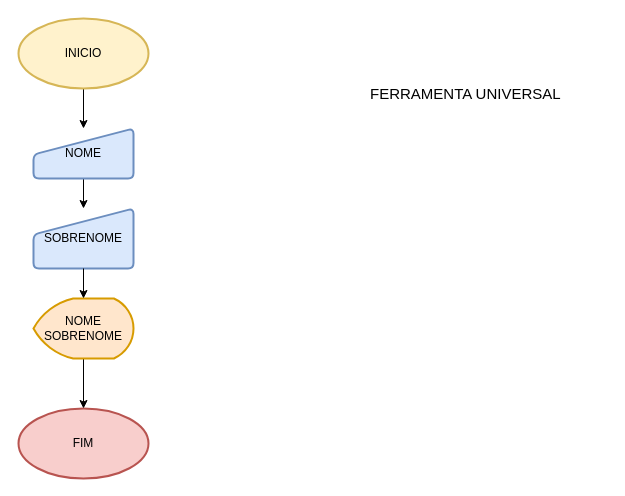
This is Fluxo_Semana1_01.drawio from gabriel-carvalhos/fluxogramas-bootcamp-cdb, a draw.io file, before an edit. Source tidied: cells renumbered, new cells numbered last; positions are measured from the earlier drawing's top-left corner, leaving out a move shared by most shapes. Both pictures are drawn from the tidied source at 100%, with x=0, y=0 at pixel (18, 18).
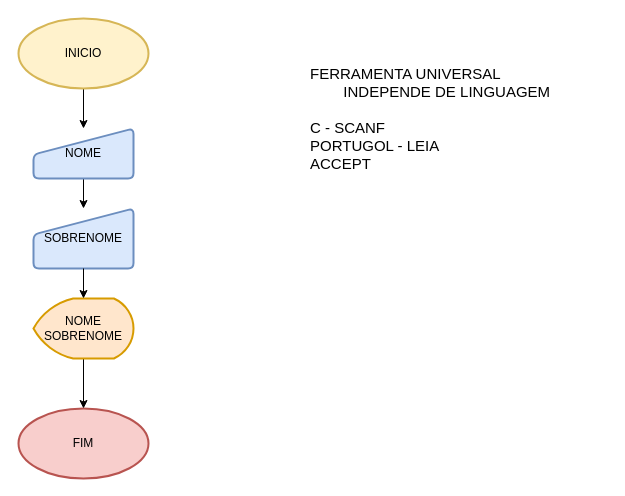
The same page after the edit.

Change to the diagram source:
```diff
@@
 <mxGraphModel>
   <root>
     <mxCell id="0" />
     <mxCell id="1" parent="0" />
     <mxCell id="2" style="edgeStyle=orthogonalEdgeStyle;rounded=0;jettySize=auto;html=1;exitX=0.5;exitY=1;exitDx=0;exitDy=0;exitPerimeter=0;entryX=0.5;entryY=0;entryDx=0;entryDy=0;" parent="1" edge="1" source="3" target="6">
       <mxGeometry relative="1" as="geometry" />
     </mxCell>
     <mxCell id="3" value="INICIO" style="strokeWidth=2;html=1;shape=mxgraph.flowchart.start_1;whiteSpace=wrap;fillColor=#fff2cc;strokeColor=#d6b656;" parent="1" vertex="1">
       <mxGeometry width="130" height="70" as="geometry" />
     </mxCell>
     <mxCell id="4" value="FIM" style="strokeWidth=2;html=1;shape=mxgraph.flowchart.start_1;whiteSpace=wrap;fillColor=#f8cecc;strokeColor=#b85450;" parent="1" vertex="1">
       <mxGeometry y="390" width="130" height="70" as="geometry" />
     </mxCell>
     <mxCell id="5" style="edgeStyle=orthogonalEdgeStyle;rounded=0;jettySize=auto;html=1;exitX=0.5;exitY=1;exitDx=0;exitDy=0;entryX=0.5;entryY=0;entryDx=0;entryDy=0;" parent="1" edge="1" source="6" target="7">
       <mxGeometry relative="1" as="geometry" />
     </mxCell>
     <mxCell id="6" value="NOME" style="html=1;strokeWidth=2;shape=manualInput;whiteSpace=wrap;rounded=1;size=26;arcSize=11;fillColor=#dae8fc;strokeColor=#6c8ebf;" parent="1" vertex="1">
       <mxGeometry x="15" y="110" width="100" height="50" as="geometry" />
     </mxCell>
     <mxCell id="7" value="SOBRENOME" style="html=1;strokeWidth=2;shape=manualInput;whiteSpace=wrap;rounded=1;size=26;arcSize=11;fillColor=#dae8fc;strokeColor=#6c8ebf;" parent="1" vertex="1">
       <mxGeometry x="15" y="190" width="100" height="60" as="geometry" />
     </mxCell>
     <mxCell id="8" style="edgeStyle=orthogonalEdgeStyle;rounded=0;jettySize=auto;html=1;exitX=0.5;exitY=1;exitDx=0;exitDy=0;exitPerimeter=0;" parent="1" edge="1" source="9" target="4">
       <mxGeometry relative="1" as="geometry" />
     </mxCell>
     <mxCell id="9" value="NOME&lt;div&gt;SOBRENOME&lt;/div&gt;" style="strokeWidth=2;html=1;shape=mxgraph.flowchart.display;whiteSpace=wrap;fillColor=#ffe6cc;strokeColor=#d79b00;" parent="1" vertex="1">
       <mxGeometry x="15" y="280" width="100" height="60" as="geometry" />
     </mxCell>
-    <mxCell id="10" value="FERRAMENTA UNIVERSAL" style="text;html=1;align=left;verticalAlign=middle;whiteSpace=wrap;rounded=0;fontSize=15;" parent="1" vertex="1">
-      <mxGeometry x="350" y="60" width="240" height="30" as="geometry" />
+    <mxCell id="10" value="FERRAMENTA UNIVERSAL&lt;div&gt;&lt;span style=&quot;white-space: pre;&quot;&gt;&#9;&lt;/span&gt;INDEPENDE DE LINGUAGEM&lt;br&gt;&lt;/div&gt;&lt;div&gt;&lt;br&gt;&lt;/div&gt;&lt;div&gt;C - SCANF&lt;/div&gt;&lt;div&gt;PORTUGOL - LEIA&lt;/div&gt;&lt;div&gt;ACCEPT&lt;/div&gt;" style="text;html=1;align=left;verticalAlign=middle;whiteSpace=wrap;rounded=0;fontSize=15;" parent="1" vertex="1">
+      <mxGeometry x="290" y="30" width="280" height="140" as="geometry" />
     </mxCell>
     <mxCell id="11" style="edgeStyle=orthogonalEdgeStyle;rounded=0;jettySize=auto;html=1;exitX=0.5;exitY=1;exitDx=0;exitDy=0;entryX=0.5;entryY=0;entryDx=0;entryDy=0;entryPerimeter=0;" parent="1" edge="1" source="7" target="9">
       <mxGeometry relative="1" as="geometry" />
     </mxCell>
   </root>
 </mxGraphModel>
```
